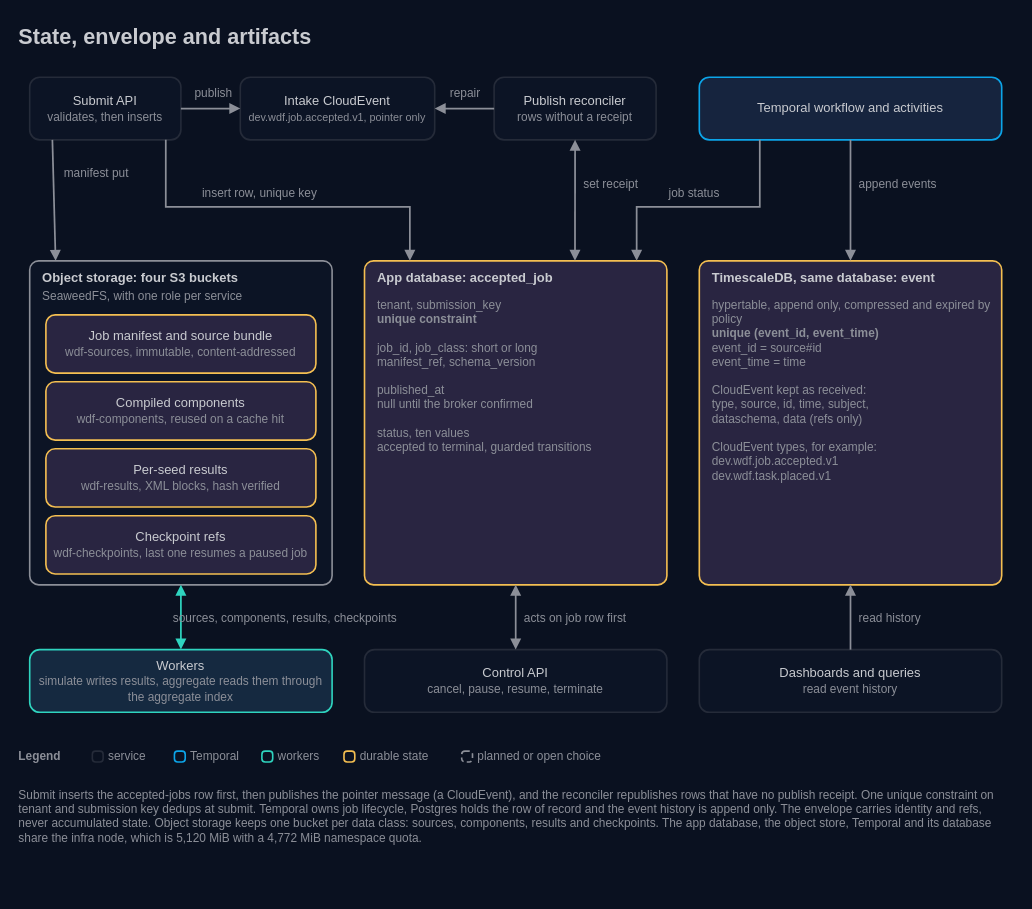
This is docs/architecture/13-state-envelope-artifacts.drawio from AndoNorth/wasm-dag-forge, a draw.io file, before an edit. Source tidied: cells renumbered, new cells numbered last; positions are measured from the earlier drawing's top-left corner, leaving out a move shared by most shapes. Both pictures are drawn from the tidied source at 108%, with x=0, y=0 at pixel (18, 18).
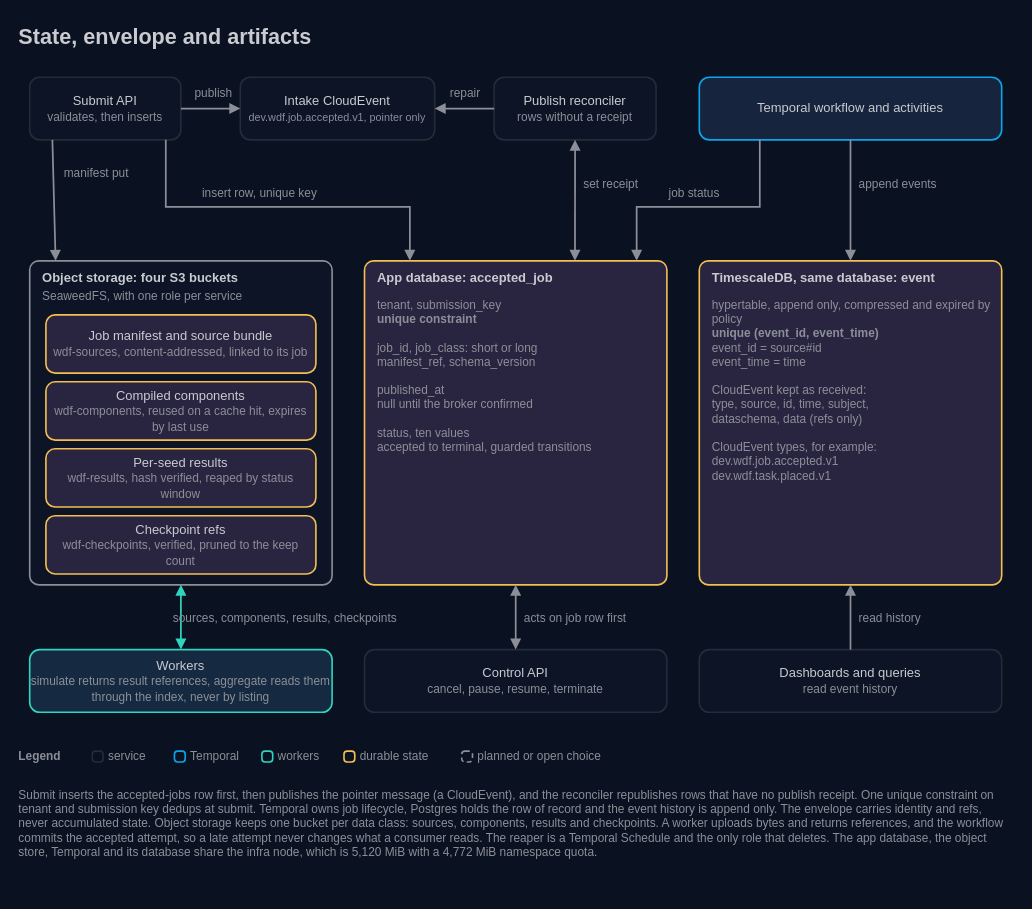
After the change.

Commit message (it also covers changes not shown here):
docs(artifacts): exit test record and closure of the artifact passing spec, refined architecture note

The edit, as a diff of the source:
```diff
@@
-    <mxCell id="16" value="Job manifest and source bundle&lt;br&gt;&lt;font color=&quot;#8c8f98&quot; style=&quot;font-size:11px&quot;&gt;wdf-sources, immutable, content-addressed&lt;/font&gt;" style="rounded=1;arcSize=16;html=1;whiteSpace=wrap;fillColor=#292541;strokeColor=#f4bf51;strokeWidth=1.5;fontColor=#c9cbd0;fontSize=12;fontFamily=IBM Plex Sans;align=center;verticalAlign=middle;" parent="1" vertex="1">
+    <mxCell id="16" value="Job manifest and source bundle&lt;br&gt;&lt;font color=&quot;#8c8f98&quot; style=&quot;font-size:11px&quot;&gt;wdf-sources, content-addressed, linked to its job&lt;/font&gt;" style="rounded=1;arcSize=16;html=1;whiteSpace=wrap;fillColor=#292541;strokeColor=#f4bf51;strokeWidth=1.5;fontColor=#c9cbd0;fontSize=12;fontFamily=IBM Plex Sans;align=center;verticalAlign=middle;" parent="1" vertex="1">
       <mxGeometry x="25" y="274" width="250" height="54" as="geometry" />
     </mxCell>
-    <mxCell id="17" value="Compiled components&lt;br&gt;&lt;font color=&quot;#8c8f98&quot; style=&quot;font-size:11px&quot;&gt;wdf-components, reused on a cache hit&lt;/font&gt;" style="rounded=1;arcSize=16;html=1;whiteSpace=wrap;fillColor=#292541;strokeColor=#f4bf51;strokeWidth=1.5;fontColor=#c9cbd0;fontSize=12;fontFamily=IBM Plex Sans;align=center;verticalAlign=middle;" parent="1" vertex="1">
+    <mxCell id="17" value="Compiled components&lt;br&gt;&lt;font color=&quot;#8c8f98&quot; style=&quot;font-size:11px&quot;&gt;wdf-components, reused on a cache hit, expires by last use&lt;/font&gt;" style="rounded=1;arcSize=16;html=1;whiteSpace=wrap;fillColor=#292541;strokeColor=#f4bf51;strokeWidth=1.5;fontColor=#c9cbd0;fontSize=12;fontFamily=IBM Plex Sans;align=center;verticalAlign=middle;" parent="1" vertex="1">
       <mxGeometry x="25" y="336" width="250" height="54" as="geometry" />
     </mxCell>
-    <mxCell id="18" value="Per-seed results&lt;br&gt;&lt;font color=&quot;#8c8f98&quot; style=&quot;font-size:11px&quot;&gt;wdf-results, XML blocks, hash verified&lt;/font&gt;" style="rounded=1;arcSize=16;html=1;whiteSpace=wrap;fillColor=#292541;strokeColor=#f4bf51;strokeWidth=1.5;fontColor=#c9cbd0;fontSize=12;fontFamily=IBM Plex Sans;align=center;verticalAlign=middle;" parent="1" vertex="1">
+    <mxCell id="18" value="Per-seed results&lt;br&gt;&lt;font color=&quot;#8c8f98&quot; style=&quot;font-size:11px&quot;&gt;wdf-results, hash verified, reaped by status window&lt;/font&gt;" style="rounded=1;arcSize=16;html=1;whiteSpace=wrap;fillColor=#292541;strokeColor=#f4bf51;strokeWidth=1.5;fontColor=#c9cbd0;fontSize=12;fontFamily=IBM Plex Sans;align=center;verticalAlign=middle;" parent="1" vertex="1">
       <mxGeometry x="25" y="398" width="250" height="54" as="geometry" />
     </mxCell>
-    <mxCell id="19" value="Checkpoint refs&lt;br&gt;&lt;font color=&quot;#8c8f98&quot; style=&quot;font-size:11px&quot;&gt;wdf-checkpoints, last one resumes a paused job&lt;/font&gt;" style="rounded=1;arcSize=16;html=1;whiteSpace=wrap;fillColor=#292541;strokeColor=#f4bf51;strokeWidth=1.5;fontColor=#c9cbd0;fontSize=12;fontFamily=IBM Plex Sans;align=center;verticalAlign=middle;" parent="1" vertex="1">
+    <mxCell id="19" value="Checkpoint refs&lt;br&gt;&lt;font color=&quot;#8c8f98&quot; style=&quot;font-size:11px&quot;&gt;wdf-checkpoints, verified, pruned to the keep count&lt;/font&gt;" style="rounded=1;arcSize=16;html=1;whiteSpace=wrap;fillColor=#292541;strokeColor=#f4bf51;strokeWidth=1.5;fontColor=#c9cbd0;fontSize=12;fontFamily=IBM Plex Sans;align=center;verticalAlign=middle;" parent="1" vertex="1">
       <mxGeometry x="25" y="460" width="250" height="54" as="geometry" />
     </mxCell>
-    <mxCell id="20" value="Workers&lt;br&gt;&lt;font color=&quot;#8c8f98&quot; style=&quot;font-size:11px&quot;&gt;simulate writes results, aggregate reads them through the aggregate index&lt;/font&gt;" style="rounded=1;arcSize=16;html=1;whiteSpace=wrap;fillColor=#152940;strokeColor=#2fd4bf;strokeWidth=1.5;fontColor=#c9cbd0;fontSize=12;fontFamily=IBM Plex Sans;align=center;verticalAlign=middle;" parent="1" vertex="1">
+    <mxCell id="20" value="Workers&lt;br&gt;&lt;font color=&quot;#8c8f98&quot; style=&quot;font-size:11px&quot;&gt;simulate returns result references, aggregate reads them through the index, never by listing&lt;/font&gt;" style="rounded=1;arcSize=16;html=1;whiteSpace=wrap;fillColor=#152940;strokeColor=#2fd4bf;strokeWidth=1.5;fontColor=#c9cbd0;fontSize=12;fontFamily=IBM Plex Sans;align=center;verticalAlign=middle;" parent="1" vertex="1">
       <mxGeometry x="10" y="584" width="280" height="58" as="geometry" />
     </mxCell>
@@
-    <mxCell id="54" value="Submit inserts the accepted-jobs row first, then publishes the pointer message (a CloudEvent), and the reconciler republishes rows that have no publish receipt. One unique constraint on tenant and submission key dedups at submit. Temporal owns job lifecycle, Postgres holds the row of record and the event history is append only. The envelope carries identity and refs, never accumulated state. Object storage keeps one bucket per data class: sources, components, results and checkpoints. The app database, the object store, Temporal and its database share the infra node, which is 5,120 MiB with a 4,772 MiB namespace quota." style="text;html=1;strokeColor=none;fillColor=none;align=left;verticalAlign=top;whiteSpace=wrap;fontColor=#8c8f98;fontSize=11;fontFamily=IBM Plex Sans;spacing=0;" parent="1" vertex="1">
-      <mxGeometry y="708" width="920" height="70" as="geometry" />
+    <mxCell id="54" value="Submit inserts the accepted-jobs row first, then publishes the pointer message (a CloudEvent), and the reconciler republishes rows that have no publish receipt. One unique constraint on tenant and submission key dedups at submit. Temporal owns job lifecycle, Postgres holds the row of record and the event history is append only. The envelope carries identity and refs, never accumulated state. Object storage keeps one bucket per data class: sources, components, results and checkpoints. A worker uploads bytes and returns references, and the workflow commits the accepted attempt, so a late attempt never changes what a consumer reads. The reaper is a Temporal Schedule and the only role that deletes. The app database, the object store, Temporal and its database share the infra node, which is 5,120 MiB with a 4,772 MiB namespace quota." style="text;html=1;strokeColor=none;fillColor=none;align=left;verticalAlign=top;whiteSpace=wrap;fontColor=#8c8f98;fontSize=11;fontFamily=IBM Plex Sans;spacing=0;" parent="1" vertex="1">
+      <mxGeometry y="708" width="920" height="100" as="geometry" />
     </mxCell>
```
